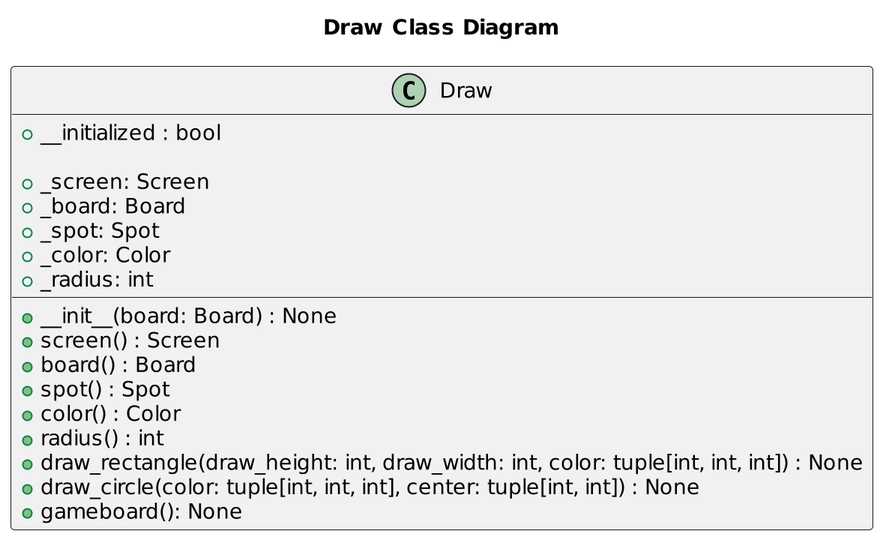
This is uml/Draw.png from austin-s970/OOP-Connect4, a PlantUML export, as it was before one commit. Its diagram source:
```plantuml
@startuml
scale 2
title "Draw Class Diagram"
class Draw {
    +__initialized : bool

    +__init__(board: Board) : None
    +_screen: Screen
    +_board: Board
    +_spot: Spot
    +_color: Color
    +_radius: int

    +screen() : Screen
    +board() : Board
    +spot() : Spot
    +color() : Color
    +radius() : int
    +draw_rectangle(draw_height: int, draw_width: int, color: tuple[int, int, int]) : None
    +draw_circle(color: tuple[int, int, int], center: tuple[int, int]) : None
    +gameboard(): None
}
@enduml
```
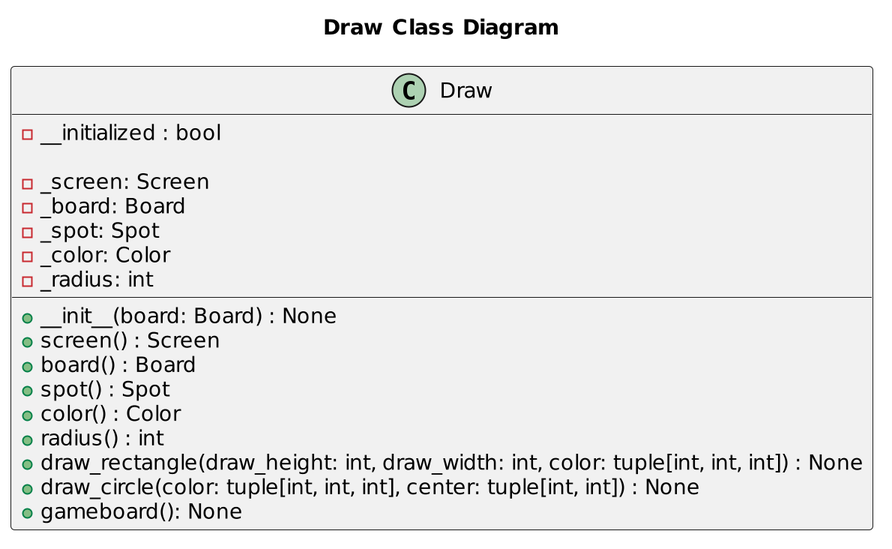
After the change.

What changed in the source:
```diff
@@ -2,14 +2,14 @@
 scale 2
 title "Draw Class Diagram"
 class Draw {
-    +__initialized : bool
+    -__initialized : bool
 
     +__init__(board: Board) : None
-    +_screen: Screen
-    +_board: Board
-    +_spot: Spot
-    +_color: Color
-    +_radius: int
+    -_screen: Screen
+    -_board: Board
+    -_spot: Spot
+    -_color: Color
+    -_radius: int
 
     +screen() : Screen
     +board() : Board
```
